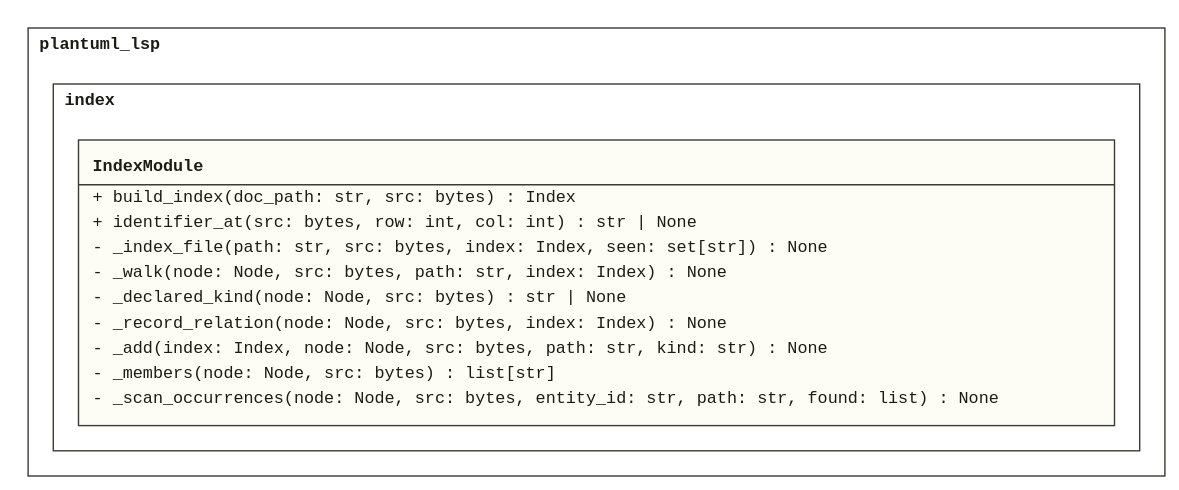
This is doc/assets/CL_IndexModule.svg from derivasoftware/plantuml-lsp, a PlantUML export, as it was before one commit. Its source is kept beside it as design/lld/plantuml_lsp/CL_IndexModule.puml.
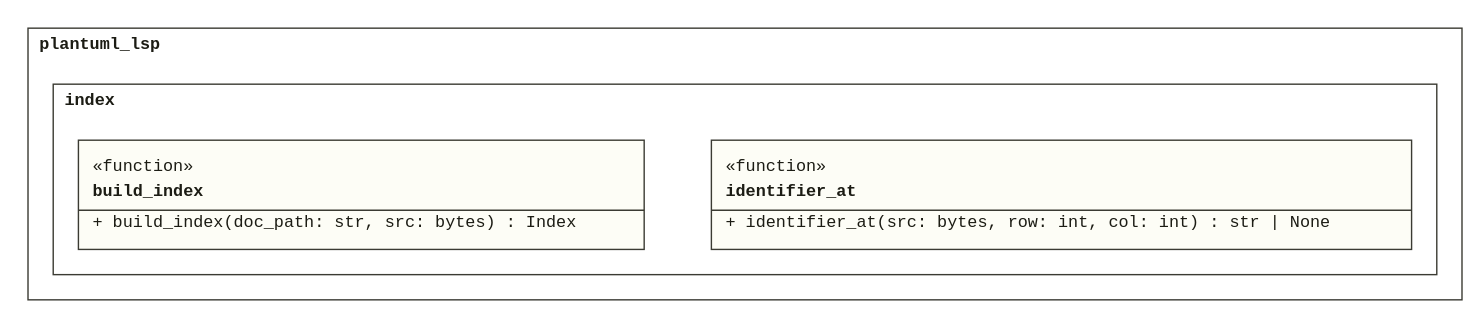
The same file after the commit.

Change to the diagram source:
```diff
@@ -3,19 +3,12 @@
 !startsub IndexModule
 
 namespace plantuml_lsp.index {
-  class "<<module>>" as IndexModule {
+  class build_index <<function>> {
     + build_index(doc_path: str, src: bytes) : Index
+  }
+  class identifier_at <<function>> {
     + identifier_at(src: bytes, row: int, col: int) : str | None
-    - _index_file(path: str, src: bytes, index: Index, seen: set[str]) : None
-    - _walk(node: Node, src: bytes, path: str, index: Index) : None
-    - _declared_kind(node: Node, src: bytes) : str | None
-    - _record_relation(node: Node, src: bytes, index: Index) : None
-    - _add(index: Index, node: Node, src: bytes, path: str, kind: str) : None
-    - _members(node: Node, src: bytes) : list[str]
-    - _scan_occurrences(node: Node, src: bytes, entity_id: str, path: str, found: list) : None
   }
-  IndexModule ..> plantuml_lsp.parsing.ParsingModule
-  IndexModule ..> plantuml_lsp.index.Index
 }
 
 !endsub
```
